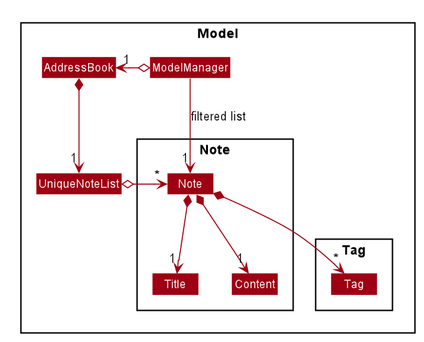
The PlantUML diagram images/samDiagrams/NoteModelClassDiagram.png in AY1920S1-CS2103T-W13-3/StudyBuddyPro, before a commit. Source of this version:
```plantuml
@startuml








skinparam BackgroundColor #FFFFFFF

skinparam Shadowing false

skinparam Class {
    FontColor #FFFFFF
    BorderThickness 1
    BorderColor #FFFFFF
    StereotypeFontColor #FFFFFF
    FontName Arial
}

skinparam Actor {
    BorderColor #000000
    Color #000000
    FontName Arial
}

skinparam Sequence {
    MessageAlign center
    BoxFontSize 15
    BoxPadding 0
    BoxFontColor #FFFFFF
    FontName Arial
}

skinparam Participant {
    FontColor #FFFFFFF
    Padding 20
}

skinparam MinClassWidth 50
skinparam ParticipantPadding 10
skinparam Shadowing false
skinparam DefaultTextAlignment center
skinparam packageStyle Rectangle

hide footbox
hide members
hide circle
skinparam arrowThickness 1.1
skinparam arrowColor #9D0012
skinparam classBackgroundColor #9D0012

Package Model <<Rectangle>>{
Class AddressBook
Class ModelManager
Class UniqueNoteList

Package Note {
Class Note
Class Title
Class Content
}

Package Tag {
Class Tag
}
}

ModelManager o-left-> "1" AddressBook

AddressBook *--> "1" UniqueNoteList
UniqueNoteList o-left-> "*" Note
Note *--> "1" Title
Note *--> "1" Content
Note *--> "*" Tag

ModelManager -->"1" Note : filtered list
@enduml
```
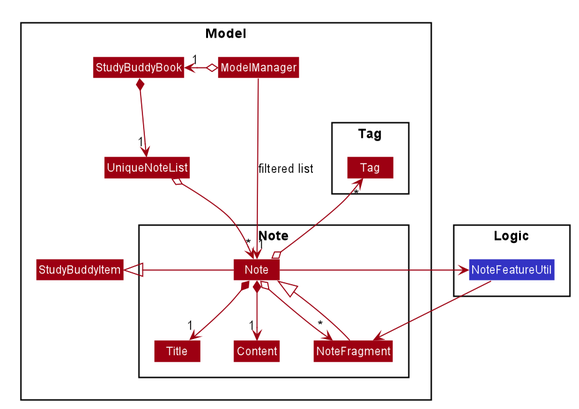
Later version of the same file.

What changed in the source:
```diff
@@ -51,15 +51,21 @@
 skinparam arrowColor #9D0012
 skinparam classBackgroundColor #9D0012
 
+Package Logic <<Rectangle>>{
+Class NoteFeatureUtil #3333C4
+}
+
 Package Model <<Rectangle>>{
-Class AddressBook
+Class StudyBuddyItem
+Class StudyBuddyBook
 Class ModelManager
 Class UniqueNoteList
 
 Package Note {
 Class Note
+Class NoteFragment
+Class Content
 Class Title
-Class Content
 }
 
 Package Tag {
@@ -67,13 +73,19 @@
 }
 }
 
-ModelManager o-left-> "1" AddressBook
+Title -right[hidden]- Content
 
-AddressBook *--> "1" UniqueNoteList
-UniqueNoteList o-left-> "*" Note
+ModelManager ---> "1" Note : filtered list
+UniqueNoteList o--> "*" Note
+ModelManager o-left-> "1" StudyBuddyBook
+StudyBuddyBook *-down-> "1" UniqueNoteList
+Note o--> "*" NoteFragment
+NoteFragment --|> Note
+Note -right-> NoteFeatureUtil
+Note -left-|> StudyBuddyItem
+Note *--> "1" Content
 Note *--> "1" Title
-Note *--> "1" Content
-Note *--> "*" Tag
+Note o-up-> "*" Tag
+NoteFeatureUtil --> NoteFragment
 
-ModelManager -->"1" Note : filtered list
 @enduml
```
